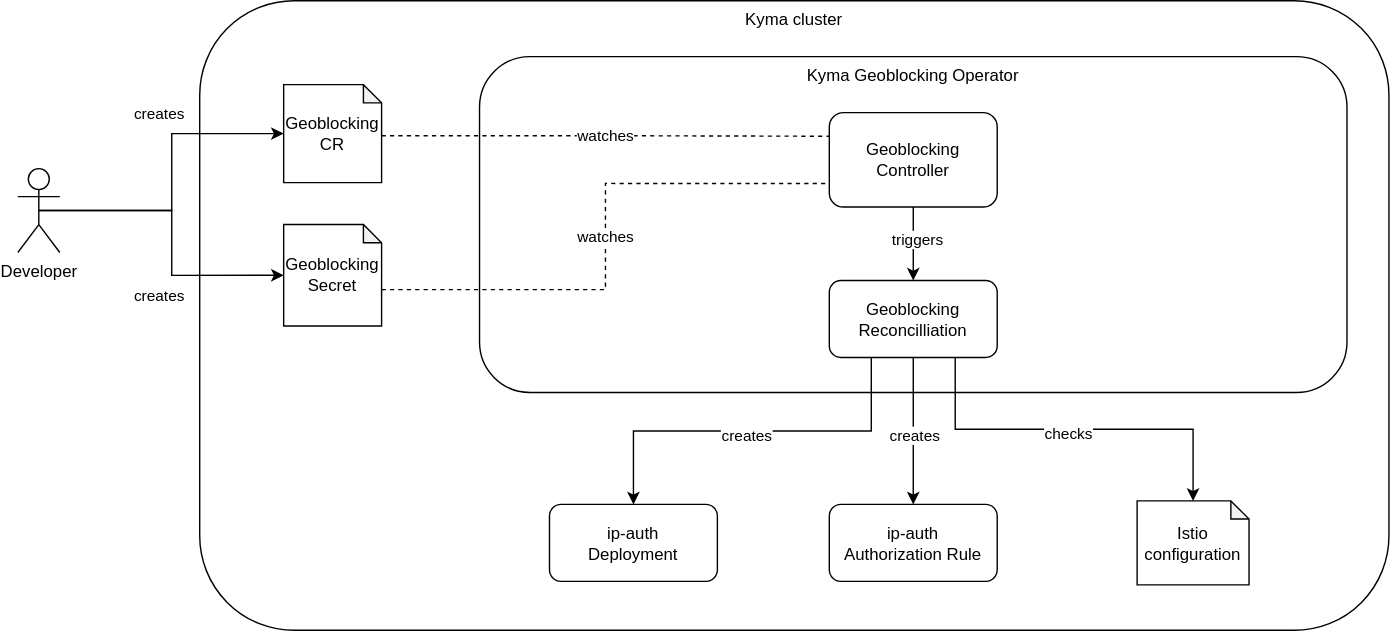
kyma-project/istio keeps this draw.io diagram as docs/assets/geoblocking-cr-controller.svg. Above is the earlier version. Source tidied: cells renumbered, new cells last; positions are measured from the earlier drawing's top-left corner, leaving out a move shared by most shapes. The source it was exported from:
```xml
<mxGraphModel>
  <root>
    <mxCell id="0" />
    <mxCell id="1" parent="0" />
    <mxCell id="2" value="Kyma cluster" style="rounded=1;whiteSpace=wrap;html=1;verticalAlign=top;" parent="1" vertex="1">
      <mxGeometry x="130" width="850" height="450" as="geometry" />
    </mxCell>
    <mxCell id="3" value="Kyma Geoblocking Operator" style="rounded=1;whiteSpace=wrap;html=1;verticalAlign=top;" parent="1" vertex="1">
      <mxGeometry x="330" y="40" width="620" height="240" as="geometry" />
    </mxCell>
    <mxCell id="4" value="Developer" style="shape=umlActor;verticalLabelPosition=bottom;verticalAlign=top;html=1;outlineConnect=0;" parent="1" vertex="1">
      <mxGeometry y="120" width="30" height="60" as="geometry" />
    </mxCell>
    <mxCell id="5" value="watches" style="edgeStyle=orthogonalEdgeStyle;rounded=0;jettySize=auto;html=1;exitX=0;exitY=0;exitDx=70;exitDy=36.5;exitPerimeter=0;dashed=1;endArrow=none;endFill=0;entryX=0;entryY=0.25;entryDx=0;entryDy=0;" parent="1" edge="1" source="6" target="11">
      <mxGeometry relative="1" as="geometry" />
    </mxCell>
    <mxCell id="6" value="Geoblocking CR" style="shape=note;whiteSpace=wrap;html=1;backgroundOutline=1;darkOpacity=0.05;size=13;" parent="1" vertex="1">
      <mxGeometry x="190" y="60" width="70" height="70" as="geometry" />
    </mxCell>
    <mxCell id="7" style="edgeStyle=orthogonalEdgeStyle;rounded=0;jettySize=auto;html=1;exitX=0.5;exitY=0.5;exitDx=0;exitDy=0;exitPerimeter=0;entryX=0;entryY=0.5;entryDx=0;entryDy=0;entryPerimeter=0;" parent="1" edge="1" source="4" target="6">
      <mxGeometry relative="1" as="geometry" />
    </mxCell>
    <mxCell id="8" value="creates" style="edgeLabel;html=1;align=center;verticalAlign=middle;" parent="7" vertex="1">
      <mxGeometry x="0.03" y="-1" relative="1" as="geometry">
        <mxPoint x="-11" y="-47" as="offset" />
      </mxGeometry>
    </mxCell>
    <mxCell id="9" style="edgeStyle=orthogonalEdgeStyle;rounded=0;jettySize=auto;html=1;exitX=0.5;exitY=1;exitDx=0;exitDy=0;" parent="1" edge="1" source="11" target="18">
      <mxGeometry relative="1" as="geometry" />
    </mxCell>
    <mxCell id="10" value="triggers" style="edgeLabel;html=1;align=center;verticalAlign=middle;" parent="9" vertex="1">
      <mxGeometry x="-0.14" y="2" relative="1" as="geometry">
        <mxPoint y="1" as="offset" />
      </mxGeometry>
    </mxCell>
    <mxCell id="11" value="Geoblocking Controller" style="rounded=1;whiteSpace=wrap;html=1;" parent="1" vertex="1">
      <mxGeometry x="580" y="80" width="120" height="67.5" as="geometry" />
    </mxCell>
    <mxCell id="12" style="edgeStyle=orthogonalEdgeStyle;rounded=0;jettySize=auto;html=1;exitX=0.25;exitY=1;exitDx=0;exitDy=0;" parent="1" edge="1" source="18" target="19">
      <mxGeometry relative="1" as="geometry" />
    </mxCell>
    <mxCell id="13" value="creates" style="edgeLabel;html=1;align=center;verticalAlign=middle;" parent="12" vertex="1">
      <mxGeometry x="-0.24" y="1" relative="1" as="geometry">
        <mxPoint x="-37" y="2" as="offset" />
      </mxGeometry>
    </mxCell>
    <mxCell id="14" style="edgeStyle=orthogonalEdgeStyle;rounded=0;jettySize=auto;html=1;exitX=0.5;exitY=1;exitDx=0;exitDy=0;entryX=0.5;entryY=0;entryDx=0;entryDy=0;" parent="1" edge="1" source="18" target="20">
      <mxGeometry relative="1" as="geometry" />
    </mxCell>
    <mxCell id="15" value="creates" style="edgeLabel;html=1;align=center;verticalAlign=middle;" parent="14" vertex="1">
      <mxGeometry x="-0.09" y="2" relative="1" as="geometry">
        <mxPoint x="-2" y="7" as="offset" />
      </mxGeometry>
    </mxCell>
    <mxCell id="16" style="edgeStyle=orthogonalEdgeStyle;rounded=0;jettySize=auto;html=1;exitX=0.75;exitY=1;exitDx=0;exitDy=0;entryX=0.5;entryY=0;entryDx=0;entryDy=0;entryPerimeter=0;" parent="1" edge="1" source="18" target="21">
      <mxGeometry relative="1" as="geometry" />
    </mxCell>
    <mxCell id="17" value="checks" style="edgeLabel;html=1;align=center;verticalAlign=middle;" parent="16" vertex="1">
      <mxGeometry x="-0.2" y="-2" relative="1" as="geometry">
        <mxPoint x="22" y="1" as="offset" />
      </mxGeometry>
    </mxCell>
    <mxCell id="18" value="Geoblocking Reconcilliation" style="rounded=1;whiteSpace=wrap;html=1;" parent="1" vertex="1">
      <mxGeometry x="580" y="200" width="120" height="55" as="geometry" />
    </mxCell>
    <mxCell id="19" value="ip-auth&lt;div&gt;Deployment&lt;/div&gt;" style="rounded=1;whiteSpace=wrap;html=1;" parent="1" vertex="1">
      <mxGeometry x="380" y="360" width="120" height="55" as="geometry" />
    </mxCell>
    <mxCell id="20" value="&lt;div&gt;ip-auth&lt;/div&gt;Authorization Rule" style="rounded=1;whiteSpace=wrap;html=1;" parent="1" vertex="1">
      <mxGeometry x="580" y="360" width="120" height="55" as="geometry" />
    </mxCell>
    <mxCell id="21" value="Istio configuration" style="shape=note;whiteSpace=wrap;html=1;backgroundOutline=1;darkOpacity=0.05;size=13;" parent="1" vertex="1">
      <mxGeometry x="800" y="357.5" width="80" height="60" as="geometry" />
    </mxCell>
    <mxCell id="22" value="Geoblocking Secret" style="shape=note;whiteSpace=wrap;html=1;backgroundOutline=1;darkOpacity=0.05;size=13;" parent="1" vertex="1">
      <mxGeometry x="190" y="160" width="70" height="72.5" as="geometry" />
    </mxCell>
    <mxCell id="23" style="edgeStyle=orthogonalEdgeStyle;rounded=0;jettySize=auto;html=1;exitX=0.5;exitY=0.5;exitDx=0;exitDy=0;exitPerimeter=0;entryX=0;entryY=0.5;entryDx=0;entryDy=0;entryPerimeter=0;" parent="1" edge="1" source="4" target="22">
      <mxGeometry relative="1" as="geometry" />
    </mxCell>
    <mxCell id="24" value="watches" style="edgeStyle=orthogonalEdgeStyle;rounded=0;jettySize=auto;html=1;exitX=0;exitY=0;exitDx=70;exitDy=46.5;exitPerimeter=0;dashed=1;endArrow=none;endFill=0;entryX=0;entryY=0.75;entryDx=0;entryDy=0;" parent="1" edge="1" source="22" target="11">
      <mxGeometry relative="1" as="geometry" />
    </mxCell>
    <mxCell id="25" value="creates" style="edgeLabel;html=1;align=center;verticalAlign=middle;" parent="1" vertex="1">
      <mxGeometry x="100" y="210" as="geometry" />
    </mxCell>
  </root>
</mxGraphModel>
```
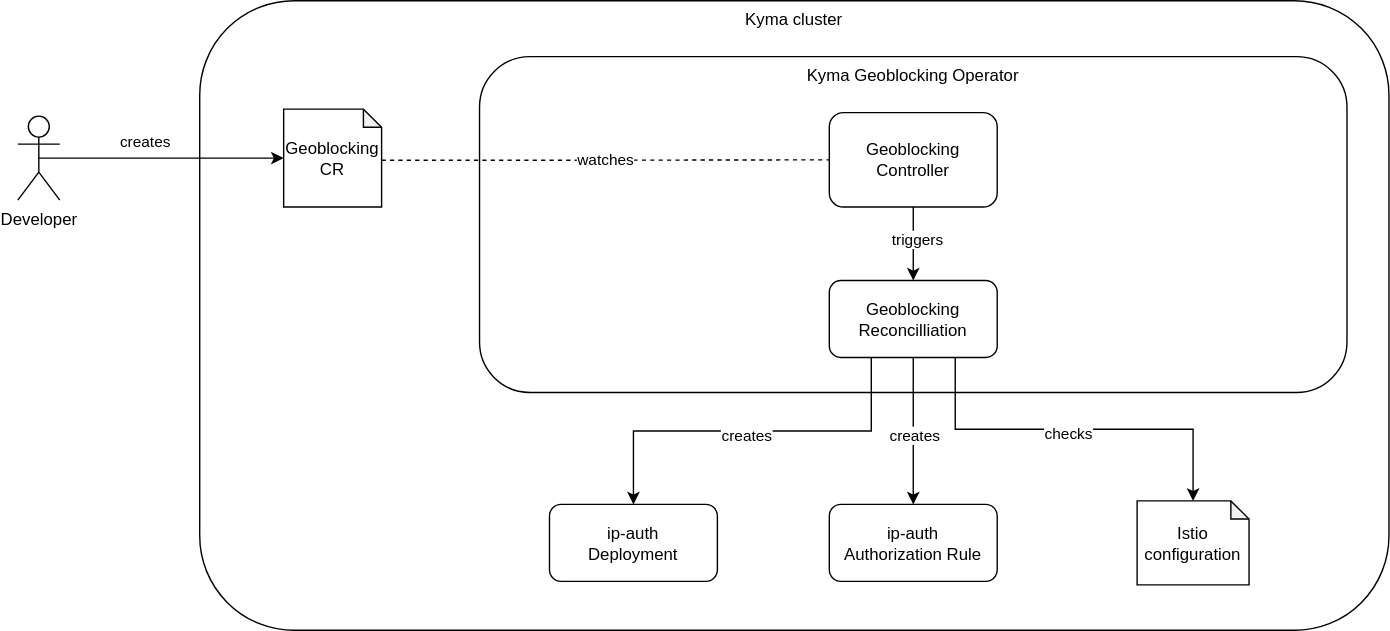
The same file after the commit.

Commit message:
Geoblocking ADR update

Change to the diagram source:
```diff
@@ -9,20 +9,20 @@
       <mxGeometry x="330" y="40" width="620" height="240" as="geometry" />
     </mxCell>
     <mxCell id="4" value="Developer" style="shape=umlActor;verticalLabelPosition=bottom;verticalAlign=top;html=1;outlineConnect=0;" parent="1" vertex="1">
-      <mxGeometry y="120" width="30" height="60" as="geometry" />
+      <mxGeometry y="82.5" width="30" height="60" as="geometry" />
     </mxCell>
-    <mxCell id="5" value="watches" style="edgeStyle=orthogonalEdgeStyle;rounded=0;jettySize=auto;html=1;exitX=0;exitY=0;exitDx=70;exitDy=36.5;exitPerimeter=0;dashed=1;endArrow=none;endFill=0;entryX=0;entryY=0.25;entryDx=0;entryDy=0;" parent="1" edge="1" source="6" target="11">
+    <mxCell id="5" value="watches" style="edgeStyle=orthogonalEdgeStyle;rounded=0;jettySize=auto;html=1;exitX=0;exitY=0;exitDx=70;exitDy=36.5;exitPerimeter=0;dashed=1;endArrow=none;endFill=0;entryX=0;entryY=0.5;entryDx=0;entryDy=0;" parent="1" edge="1" source="6" target="11">
       <mxGeometry relative="1" as="geometry" />
     </mxCell>
     <mxCell id="6" value="Geoblocking CR" style="shape=note;whiteSpace=wrap;html=1;backgroundOutline=1;darkOpacity=0.05;size=13;" parent="1" vertex="1">
-      <mxGeometry x="190" y="60" width="70" height="70" as="geometry" />
+      <mxGeometry x="190" y="77.5" width="70" height="70" as="geometry" />
     </mxCell>
     <mxCell id="7" style="edgeStyle=orthogonalEdgeStyle;rounded=0;jettySize=auto;html=1;exitX=0.5;exitY=0.5;exitDx=0;exitDy=0;exitPerimeter=0;entryX=0;entryY=0.5;entryDx=0;entryDy=0;entryPerimeter=0;" parent="1" edge="1" source="4" target="6">
       <mxGeometry relative="1" as="geometry" />
     </mxCell>
     <mxCell id="8" value="creates" style="edgeLabel;html=1;align=center;verticalAlign=middle;" parent="7" vertex="1">
       <mxGeometry x="0.03" y="-1" relative="1" as="geometry">
-        <mxPoint x="-11" y="-47" as="offset" />
+        <mxPoint x="-15" y="-13" as="offset" />
       </mxGeometry>
     </mxCell>
     <mxCell id="9" style="edgeStyle=orthogonalEdgeStyle;rounded=0;jettySize=auto;html=1;exitX=0.5;exitY=1;exitDx=0;exitDy=0;" parent="1" edge="1" source="11" target="18">
@@ -72,17 +72,5 @@
     <mxCell id="21" value="Istio configuration" style="shape=note;whiteSpace=wrap;html=1;backgroundOutline=1;darkOpacity=0.05;size=13;" parent="1" vertex="1">
       <mxGeometry x="800" y="357.5" width="80" height="60" as="geometry" />
     </mxCell>
-    <mxCell id="22" value="Geoblocking Secret" style="shape=note;whiteSpace=wrap;html=1;backgroundOutline=1;darkOpacity=0.05;size=13;" parent="1" vertex="1">
-      <mxGeometry x="190" y="160" width="70" height="72.5" as="geometry" />
-    </mxCell>
-    <mxCell id="23" style="edgeStyle=orthogonalEdgeStyle;rounded=0;jettySize=auto;html=1;exitX=0.5;exitY=0.5;exitDx=0;exitDy=0;exitPerimeter=0;entryX=0;entryY=0.5;entryDx=0;entryDy=0;entryPerimeter=0;" parent="1" edge="1" source="4" target="22">
-      <mxGeometry relative="1" as="geometry" />
-    </mxCell>
-    <mxCell id="24" value="watches" style="edgeStyle=orthogonalEdgeStyle;rounded=0;jettySize=auto;html=1;exitX=0;exitY=0;exitDx=70;exitDy=46.5;exitPerimeter=0;dashed=1;endArrow=none;endFill=0;entryX=0;entryY=0.75;entryDx=0;entryDy=0;" parent="1" edge="1" source="22" target="11">
-      <mxGeometry relative="1" as="geometry" />
-    </mxCell>
-    <mxCell id="25" value="creates" style="edgeLabel;html=1;align=center;verticalAlign=middle;" parent="1" vertex="1">
-      <mxGeometry x="100" y="210" as="geometry" />
-    </mxCell>
   </root>
 </mxGraphModel>
```
